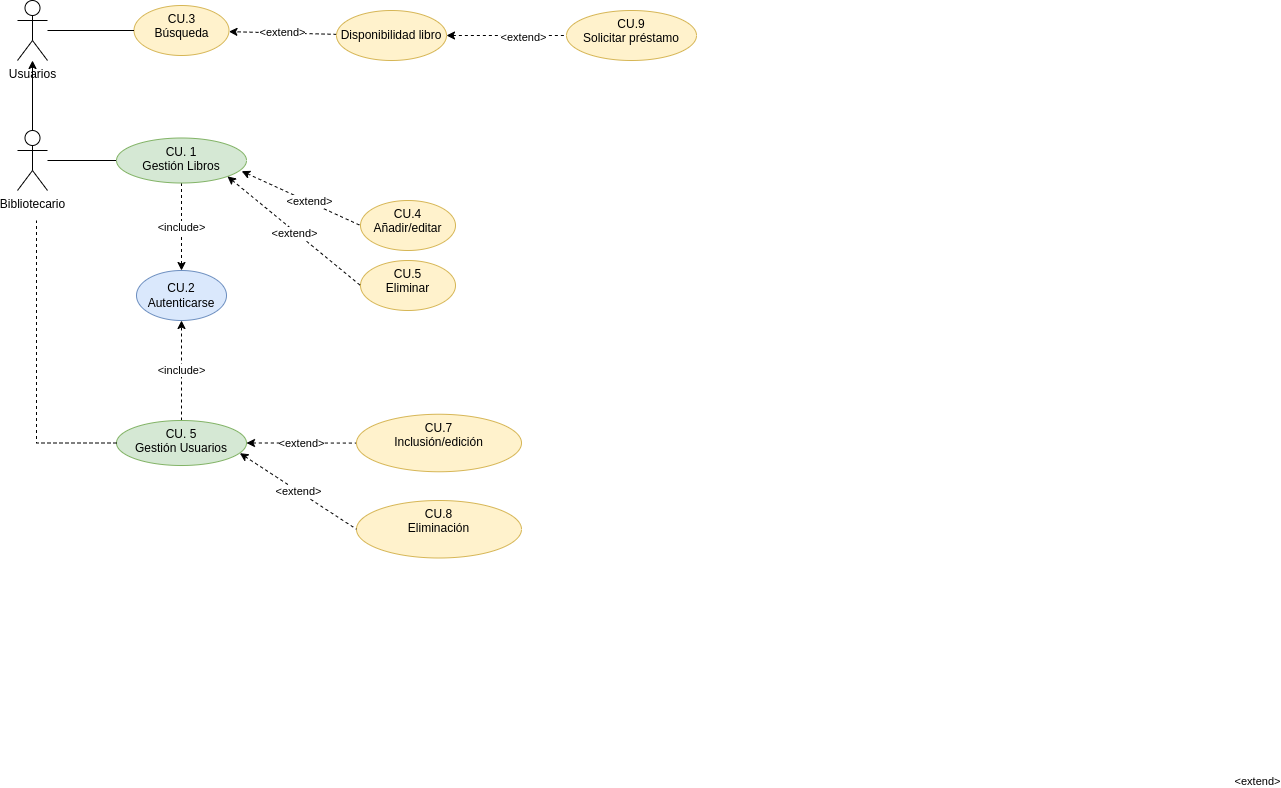
Earlier version of the draw.io export Tareas/casosUso/Examen/img/GesBiblioCanarias.drawio.png (colidom/ets). Source tidied: cells renumbered, new cells last; positions are measured from the earlier drawing's top-left corner, leaving out a move shared by most shapes.
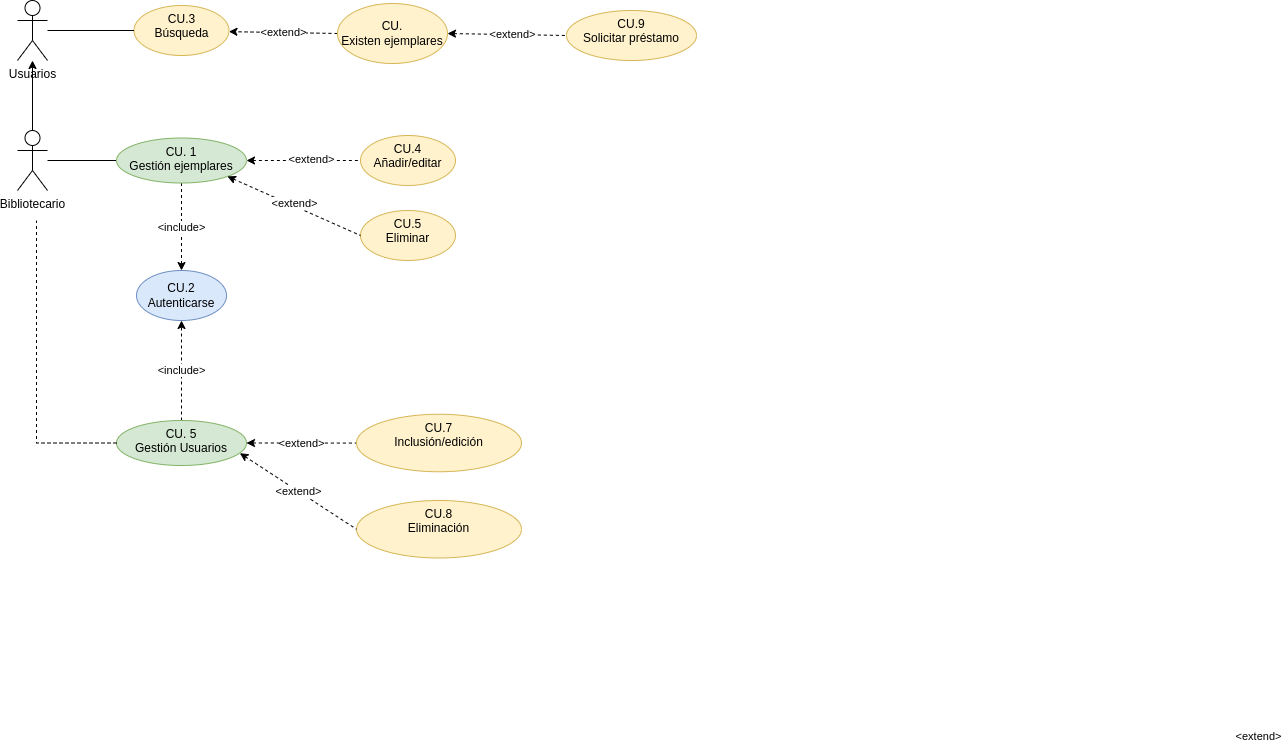
Later version of the same file.

Change to the diagram source:
```diff
@@ -17,16 +17,16 @@
     <mxCell id="6" value="&amp;lt;include&amp;gt;" style="edgeStyle=orthogonalEdgeStyle;rounded=0;jettySize=auto;html=1;startArrow=none;startFill=0;endArrow=classic;endFill=1;dashed=1;" parent="1" edge="1" source="7" target="5">
       <mxGeometry relative="1" as="geometry" />
     </mxCell>
-    <mxCell id="7" value="&lt;div&gt;CU. 1&lt;/div&gt;&lt;div&gt;Gestión Libros&lt;/div&gt;" style="ellipse;whiteSpace=wrap;html=1;verticalAlign=top;fillColor=#d5e8d4;strokeColor=#82b366;" parent="1" vertex="1">
+    <mxCell id="7" value="&lt;div&gt;CU. 1&lt;/div&gt;&lt;div&gt;Gestión ejemplares&lt;/div&gt;" style="ellipse;whiteSpace=wrap;html=1;verticalAlign=top;fillColor=#d5e8d4;strokeColor=#82b366;" parent="1" vertex="1">
       <mxGeometry x="99" y="137.5" width="130" height="45" as="geometry" />
     </mxCell>
     <mxCell id="8" value="&lt;div&gt;CU.3&lt;/div&gt;&lt;div&gt;Búsqueda&lt;/div&gt;" style="ellipse;whiteSpace=wrap;html=1;verticalAlign=top;fillColor=#fff2cc;strokeColor=#d6b656;" parent="1" vertex="1">
       <mxGeometry x="116.5" y="5" width="95" height="50" as="geometry" />
     </mxCell>
     <mxCell id="9" value="&lt;div&gt;CU.4&lt;/div&gt;&lt;div&gt;Añadir/editar&lt;br&gt;&lt;/div&gt;" style="ellipse;whiteSpace=wrap;html=1;verticalAlign=top;fillColor=#fff2cc;strokeColor=#d6b656;" parent="1" vertex="1">
-      <mxGeometry x="343" y="200" width="95" height="50" as="geometry" />
+      <mxGeometry x="343" y="135" width="95" height="50" as="geometry" />
     </mxCell>
-    <mxCell id="10" style="rounded=0;jettySize=auto;html=1;dashed=1;startArrow=classic;startFill=1;endArrow=none;endFill=0;entryX=0;entryY=0.5;entryDx=0;entryDy=0;exitX=0.963;exitY=0.737;exitDx=0;exitDy=0;exitPerimeter=0;" parent="1" edge="1" source="7" target="9">
+    <mxCell id="10" style="rounded=0;jettySize=auto;html=1;dashed=1;startArrow=classic;startFill=1;endArrow=none;endFill=0;entryX=0;entryY=0.5;entryDx=0;entryDy=0;exitX=1;exitY=0.5;exitDx=0;exitDy=0;" parent="1" edge="1" source="7" target="9">
       <mxGeometry relative="1" as="geometry" />
     </mxCell>
     <mxCell id="11" value="&amp;lt;extend&amp;gt;" style="edgeLabel;html=1;align=center;verticalAlign=middle;" parent="10" vertex="1">
@@ -40,7 +40,7 @@
       </mxGeometry>
     </mxCell>
     <mxCell id="13" value="&lt;div&gt;CU.5&lt;/div&gt;&lt;div&gt;Eliminar&lt;br&gt;&lt;/div&gt;" style="ellipse;whiteSpace=wrap;html=1;verticalAlign=top;fillColor=#fff2cc;strokeColor=#d6b656;" parent="1" vertex="1">
-      <mxGeometry x="343" y="260" width="95" height="50" as="geometry" />
+      <mxGeometry x="343" y="210" width="95" height="50" as="geometry" />
     </mxCell>
     <mxCell id="14" style="rounded=0;jettySize=auto;html=1;dashed=1;startArrow=classic;startFill=1;endArrow=none;endFill=0;entryX=0;entryY=0.5;entryDx=0;entryDy=0;exitX=1;exitY=1;exitDx=0;exitDy=0;" parent="1" edge="1" source="7" target="13">
       <mxGeometry relative="1" as="geometry" />
@@ -86,13 +86,17 @@
       <mxGeometry relative="1" as="geometry" />
     </mxCell>
     <mxCell id="27" value="&amp;lt;extend&amp;gt;" style="edgeLabel;html=1;align=center;verticalAlign=middle;" parent="26" vertex="1">
-      <mxGeometry x="0.28" y="-2" relative="1" as="geometry" />
+      <mxGeometry x="0.28" y="-2" relative="1" as="geometry">
+        <mxPoint x="-11" y="-3" as="offset" />
+      </mxGeometry>
     </mxCell>
-    <mxCell id="28" value="&amp;lt;extend&amp;gt;" style="edgeStyle=none;rounded=0;jettySize=auto;html=1;startArrow=none;startFill=0;endArrow=classic;endFill=1;dashed=1;" parent="1" edge="1" source="29" target="8">
-      <mxGeometry relative="1" as="geometry" />
+    <mxCell id="28" value="&amp;lt;extend&amp;gt;" style="edgeStyle=none;rounded=0;jettySize=auto;html=1;startArrow=none;startFill=0;endArrow=classic;endFill=1;dashed=1;exitX=0;exitY=0.5;exitDx=0;exitDy=0;" parent="1" edge="1" source="29">
+      <mxGeometry relative="1" as="geometry">
+        <mxPoint x="211.5" y="31.1" as="targetPoint" />
+      </mxGeometry>
     </mxCell>
-    <mxCell id="29" value="Disponibilidad libro" style="ellipse;whiteSpace=wrap;html=1;fillColor=#fff2cc;strokeColor=#d6b656;" parent="1" vertex="1">
-      <mxGeometry x="319" y="10" width="110" height="50" as="geometry" />
+    <mxCell id="29" value="CU.&lt;br&gt;Existen ejemplares" style="ellipse;whiteSpace=wrap;html=1;fillColor=#fff2cc;strokeColor=#d6b656;" parent="1" vertex="1">
+      <mxGeometry x="320" y="3" width="110" height="60" as="geometry" />
     </mxCell>
   </root>
 </mxGraphModel>
```
